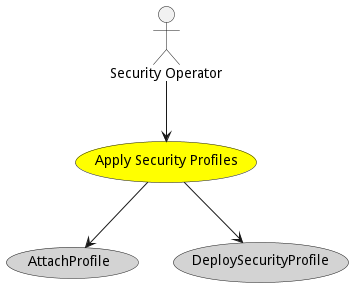
The PlantUML diagram docs/edgemere/sa/spm/usecases/applysecurityprofiles/Activities.png in madajaju/edgemere, before a commit.
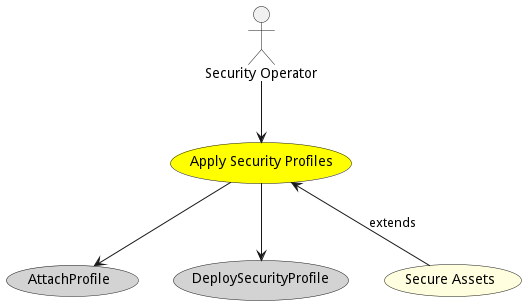
Later version of the same file.

What changed in the source:
```diff
@@ -19,6 +19,10 @@
 
 
 
+usecase "Secure Assets" as SecureAssets #lightyellow
+
+ApplySecurityProfiles <-- SecureAssets : extends
+
 
 
 
```
